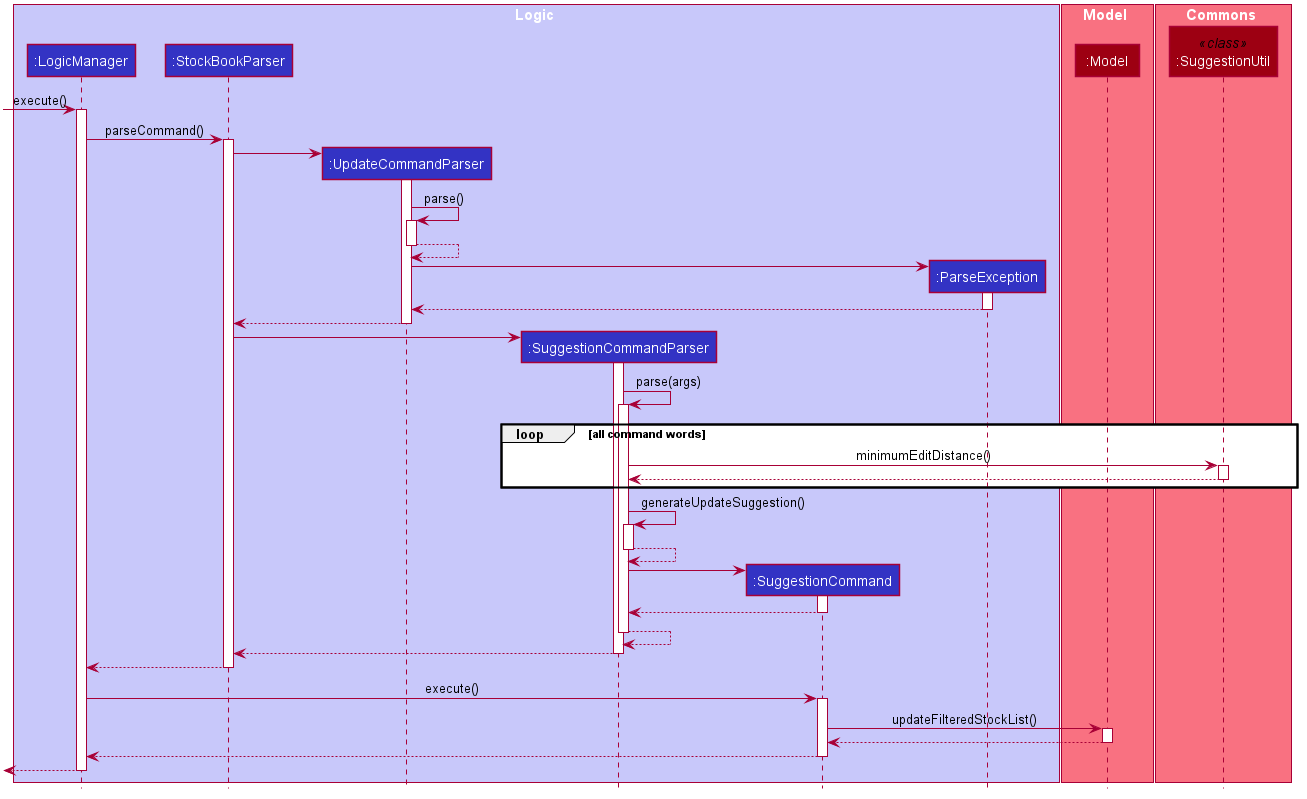
Above: docs/images/SuggestionSequenceDiagramExample2.png in nus-cs2103-AY2021S1/tp (PlantUML), before the change.
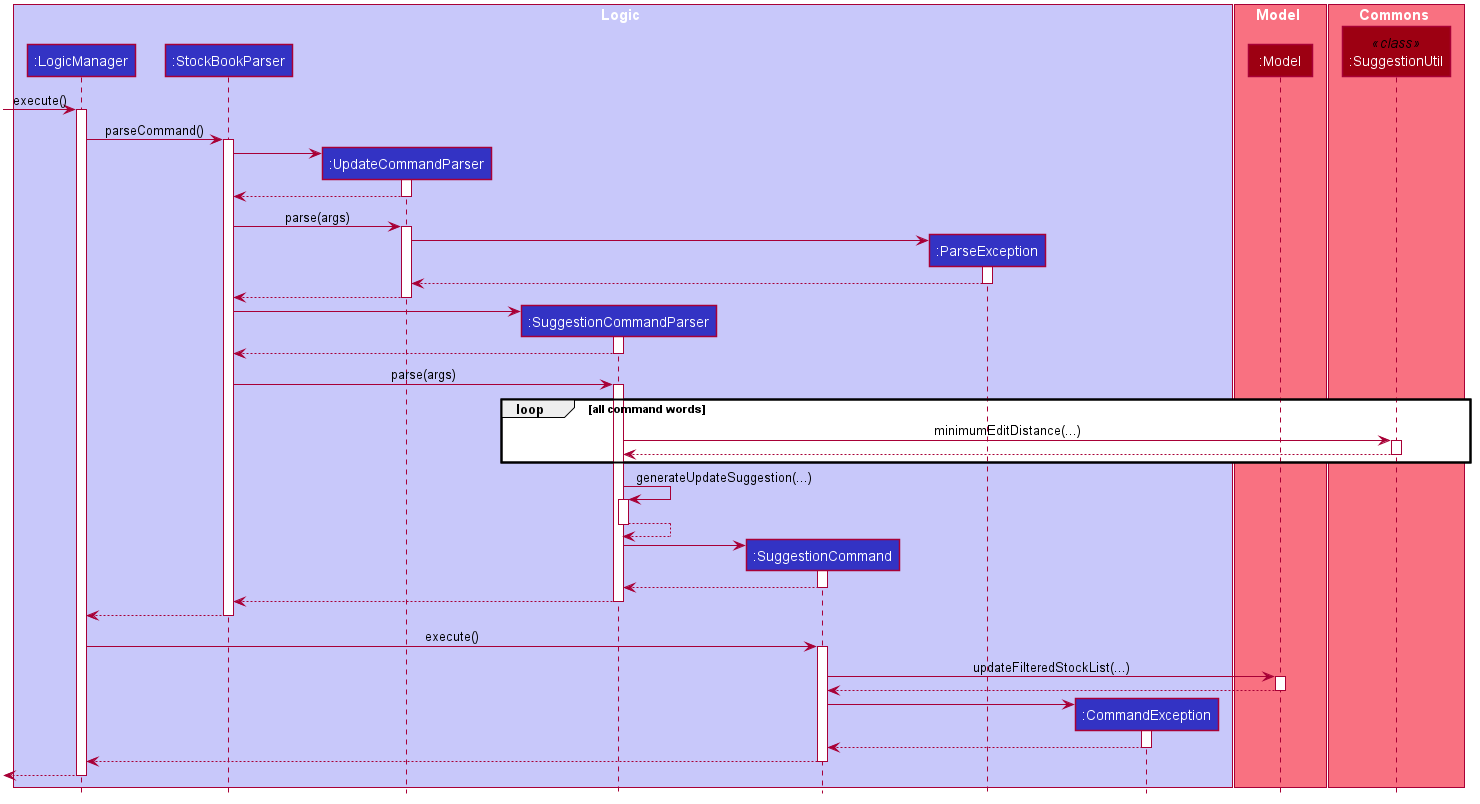
Later version of the same file.

Commit message:
Fix sequence diagrams for suggestion

The edit, as a diff of the source:
```diff
@@ -55,6 +55,7 @@
 participant ":SuggestionCommandParser" as SuggestionCommandParser #3333C4
 participant ":SuggestionCommand" as SuggestionCommand #3333C4
 participant ":ParseException" as ParseException #3333C4
+participant ":CommandException" as CommandException #3333C4
 end box
 
 box Model #F97181
@@ -75,11 +76,11 @@
 StockBookParser -> UpdateCommandParser
 activate UpdateCommandParser
 
-UpdateCommandParser -> UpdateCommandParser : parse()
+UpdateCommandParser --> StockBookParser
+deactivate UpdateCommandParser
+
+StockBookParser -> UpdateCommandParser : parse(args)
 activate UpdateCommandParser
-
-UpdateCommandParser --> UpdateCommandParser
-deactivate UpdateCommandParser
 
 create ParseException
 UpdateCommandParser -> ParseException
@@ -95,18 +96,21 @@
 StockBookParser -> SuggestionCommandParser
 activate SuggestionCommandParser
 
-SuggestionCommandParser -> SuggestionCommandParser : parse(args)
+SuggestionCommandParser --> StockBookParser
+deactivate SuggestionCommandParser
+
+StockBookParser -> SuggestionCommandParser : parse(args)
 activate SuggestionCommandParser
 
 loop all command words
-    SuggestionCommandParser -> SuggestionUtil : minimumEditDistance()
+    SuggestionCommandParser -> SuggestionUtil : minimumEditDistance(...)
     activate SuggestionUtil
 
     SuggestionUtil --> SuggestionCommandParser
     deactivate SuggestionUtil
 end
 
-SuggestionCommandParser -> SuggestionCommandParser : generateUpdateSuggestion()
+SuggestionCommandParser -> SuggestionCommandParser : generateUpdateSuggestion(...)
 activate SuggestionCommandParser
 
 SuggestionCommandParser --> SuggestionCommandParser
@@ -119,9 +123,6 @@
 SuggestionCommand --> SuggestionCommandParser
 deactivate SuggestionCommand
 
-SuggestionCommandParser --> SuggestionCommandParser
-deactivate SuggestionCommandParser
-
 SuggestionCommandParser --> StockBookParser
 deactivate SuggestionCommandParser
 
@@ -131,11 +132,18 @@
 LogicManager -> SuggestionCommand : execute()
 activate SuggestionCommand
 
-SuggestionCommand -> Model : updateFilteredStockList()
+SuggestionCommand -> Model : updateFilteredStockList(...)
 activate Model
 
 Model --> SuggestionCommand
 deactivate Model
+
+create CommandException
+SuggestionCommand -> CommandException
+activate CommandException
+
+CommandException --> SuggestionCommand
+deactivate CommandException
 
 SuggestionCommand --> LogicManager
 deactivate SuggestionCommand
```
